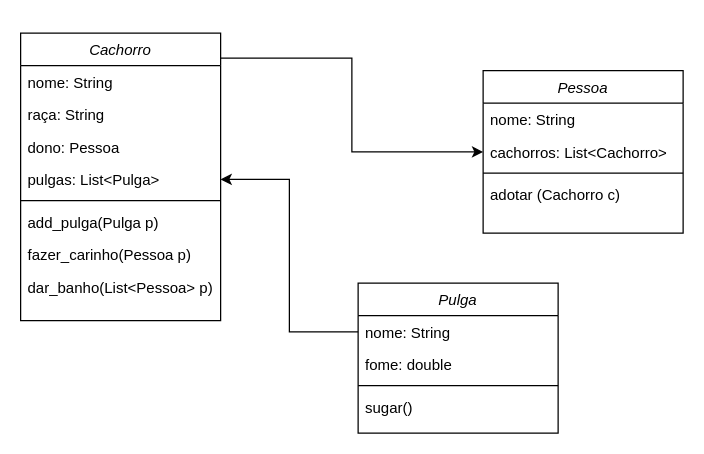
This is Engenharia de Software/Diagrama sem nome.drawio from paulo-granthon/bertoti, a draw.io file, before an edit. Source tidied: cells renumbered, new cells numbered last; positions are measured from the earlier drawing's top-left corner, leaving out a move shared by most shapes. Both pictures are drawn from the tidied source at 125%, with x=0, y=0 at pixel (20, 32).
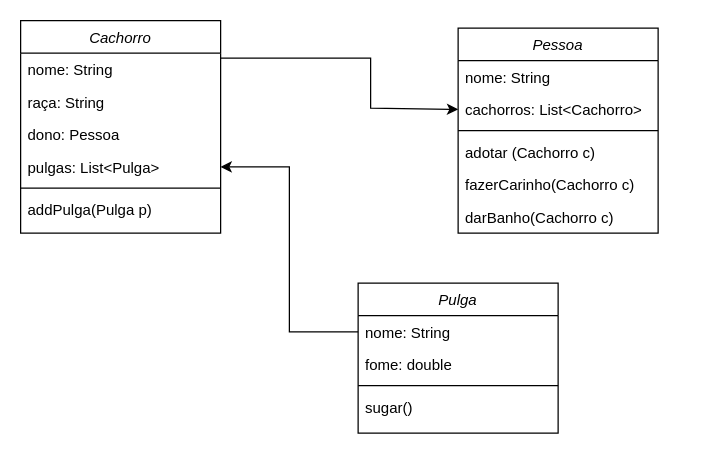
After the change.

Unchanged cells that the change refers to:
```xml
<mxCell id="14" value="cachorros: List&lt;Cachorro&gt;" style="text;align=left;verticalAlign=top;spacingLeft=4;spacingRight=4;overflow=hidden;points=[[0,0.5],[1,0.5]];portConstraint=eastwest;rounded=0;shadow=0;html=0;" parent="12" vertex="1">
  <mxGeometry y="52" width="160" height="26" as="geometry" />
</mxCell>
```

Diff of the diagram source:
```diff
@@
-    <mxCell id="2" style="edgeStyle=orthogonalEdgeStyle;rounded=0;jettySize=auto;html=1;" parent="1" edge="1" source="3" target="14">
+    <mxCell id="2" style="edgeStyle=orthogonalEdgeStyle;rounded=0;jettySize=auto;html=1;entryX=0;entryY=0.5;entryDx=0;entryDy=0;" parent="1" edge="1" source="3" target="14">
       <mxGeometry relative="1" as="geometry">
         <Array as="points">
-          <mxPoint x="265" y="20" />
-          <mxPoint x="265" y="95" />
+          <mxPoint x="280" y="20" />
+          <mxPoint x="280" y="60" />
+          <mxPoint x="350" y="60" />
         </Array>
       </mxGeometry>
     </mxCell>
     <mxCell id="3" value="Cachorro" style="swimlane;fontStyle=2;align=center;verticalAlign=top;horizontal=1;startSize=26;rounded=0;shadow=0;strokeWidth=1;" parent="1" vertex="1">
-      <mxGeometry width="160" height="230" as="geometry" />
+      <mxGeometry y="-10" width="160" height="170" as="geometry" />
     </mxCell>
@@
-    <mxCell id="9" value="add_pulga(Pulga p)&#10;" style="text;align=left;verticalAlign=top;spacingLeft=4;spacingRight=4;overflow=hidden;" parent="3" vertex="1">
+    <mxCell id="9" value="addPulga(Pulga p)&#10;" style="text;align=left;verticalAlign=top;spacingLeft=4;spacingRight=4;overflow=hidden;" parent="3" vertex="1">
       <mxGeometry y="138" width="160" height="26" as="geometry" />
     </mxCell>
-    <mxCell id="10" value="fazer_carinho(Pessoa p)" style="text;align=left;verticalAlign=top;spacingLeft=4;spacingRight=4;overflow=hidden;" parent="3" vertex="1">
-      <mxGeometry y="164" width="160" height="26" as="geometry" />
-    </mxCell>
-    <mxCell id="11" value="dar_banho(List&lt;Pessoa&gt; p)" style="text;align=left;verticalAlign=top;spacingLeft=4;spacingRight=4;overflow=hidden;" parent="3" vertex="1">
-      <mxGeometry y="190" width="160" height="26" as="geometry" />
-    </mxCell>
     <mxCell id="12" value="Pessoa" style="swimlane;fontStyle=2;align=center;verticalAlign=top;horizontal=1;startSize=26;rounded=0;shadow=0;strokeWidth=1;" parent="1" vertex="1">
-      <mxGeometry x="370" y="30" width="160" height="130" as="geometry" />
+      <mxGeometry x="350" y="-4" width="160" height="164" as="geometry" />
     </mxCell>
@@
+    <mxCell id="10" value="fazerCarinho(Cachorro c)" style="text;align=left;verticalAlign=top;spacingLeft=4;spacingRight=4;overflow=hidden;" parent="12" vertex="1">
+      <mxGeometry y="112" width="160" height="26" as="geometry" />
+    </mxCell>
+    <mxCell id="11" value="darBanho(Cachorro c)" style="text;align=left;verticalAlign=top;spacingLeft=4;spacingRight=4;overflow=hidden;" parent="12" vertex="1">
+      <mxGeometry y="138" width="160" height="26" as="geometry" />
+    </mxCell>
```
